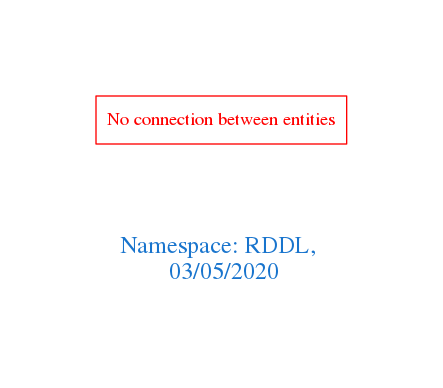
This is downloads/RDDL.png from arago/OGIT, a Graphviz export, as it was before one commit. Its source is kept beside it as downloads/RDDL.dot.
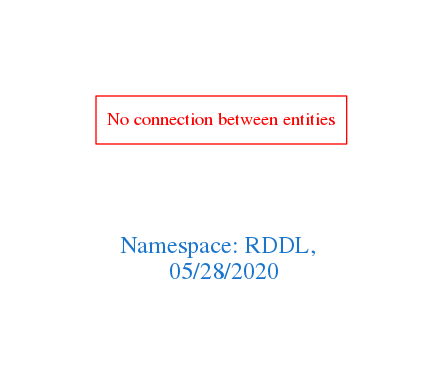
Above is the later version.

Diff of the diagram source:
```diff
@@ -1,7 +1,7 @@
 digraph OGIT_ontology {
  graph [ rankdir= LR,pad=1
 fontsize = 18,
-fontcolor= dodgerblue3,label = "\n\n\nNamespace: RDDL, \n 03/05/2020"];
+fontcolor= dodgerblue3,label = "\n\n\nNamespace: RDDL, \n 05/28/2020"];
 node[shape=polygon];
 edge [  color="gray81"];
 
```
